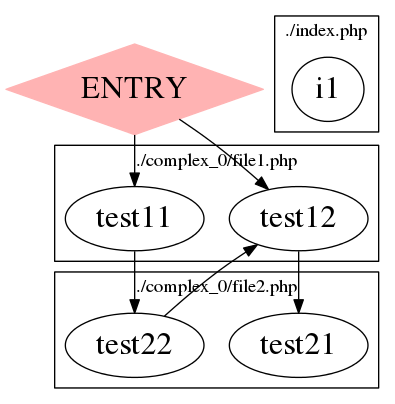
kirillmakhonin/chistach keeps this Graphviz diagram as examples/complex_3/call_graph.png. Above is the earlier version. Its source is kept beside it as examples/complex_3/call_graph.dot. Source of this version:
```dot
digraph G {
	ratio=fill; node[fontsize=24];

	ENTRY [shape=diamond,style=filled,color="1.0 .3 1.0"];
	ENTRY->test12;
	ENTRY->test11;

	test11->test22;

	test12->test21;


	test22->test12;

	subgraph "cluster_./index.php" { label="./index.php"; i1; };
	subgraph "cluster_./complex_0/file1.php" { label="./complex_0/file1.php"; test11; test12; };
	subgraph "cluster_./complex_0/file2.php" { label="./complex_0/file2.php"; test21; test22; };
}
```
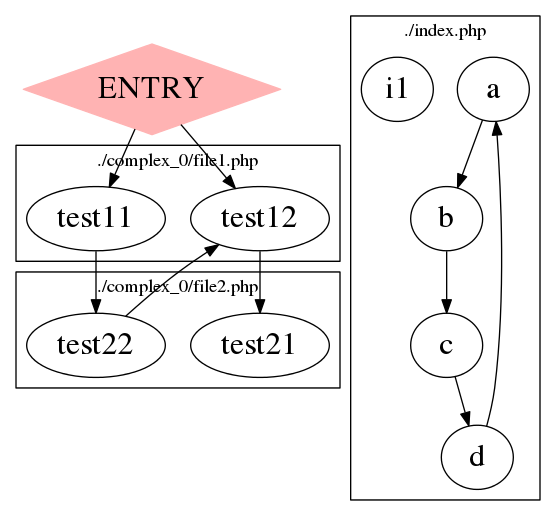
The same diagram one commit later.

Diff of the diagram source:
```diff
@@ -4,6 +4,14 @@
 	ENTRY [shape=diamond,style=filled,color="1.0 .3 1.0"];
 	ENTRY->test12;
 	ENTRY->test11;
+
+	a->b;
+
+	b->c;
+
+	c->d;
+
+	d->a;
 
 	test11->test22;
 
@@ -12,7 +20,7 @@
 
 	test22->test12;
 
-	subgraph "cluster_./index.php" { label="./index.php"; i1; };
+	subgraph "cluster_./index.php" { label="./index.php"; i1; a; b; c; d; };
 	subgraph "cluster_./complex_0/file1.php" { label="./complex_0/file1.php"; test11; test12; };
 	subgraph "cluster_./complex_0/file2.php" { label="./complex_0/file2.php"; test21; test22; };
 }
```
